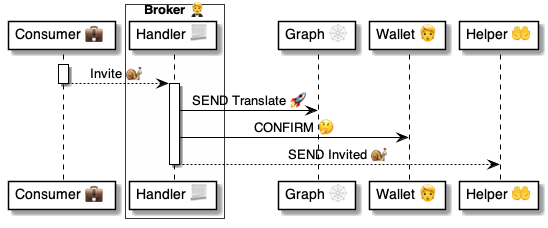
pollyweb-org/pollyweb-docs keeps this PlantUML diagram as 4 ⚙️ Solution/20 🧑‍🦰 UI/Brokers 🤵/🤵🅰️ Broker methods/Share 💼 Invite 💼🐌🤵/🤵 Invite ⚙️ uml.png. Above is the earlier version. Its source is kept beside it as 4 ⚙️ Solution/20 🧑‍🦰 UI/Brokers 🤵/🤵🅰️ Broker methods/Share 💼 Invite 💼🐌🤵/🤵 Invite ⚙️ uml.puml. Source of this version:
```plantuml
@startuml Invite

participant "Consumer 💼 " as host

box "Broker 🤵" #FFFFFA
    participant "Handler 📃" as broker
end box

participant "Graph 🕸" as graph
participant "Wallet 🧑" as user
participant "Helper 🤲" as invitee


activate host
    host --> broker: Invite 🐌
deactivate host

activate broker
    broker -> graph: SEND Translate 🚀
    broker -> user: CONFIRM 🤔
    broker --> invitee: SEND Invited 🐌
deactivate broker

@enduml
```
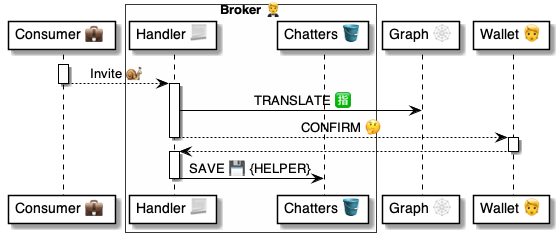
After the commit.

Change to the diagram source:
```diff
@@ -4,11 +4,11 @@
 
 box "Broker 🤵" #FFFFFA
     participant "Handler 📃" as broker
+    participant "Chatters 🪣" as invitee
 end box
 
 participant "Graph 🕸" as graph
 participant "Wallet 🧑" as user
-participant "Helper 🤲" as invitee
 
 
 activate host
@@ -16,9 +16,16 @@
 deactivate host
 
 activate broker
-    broker -> graph: SEND Translate 🚀
-    broker -> user: CONFIRM 🤔
-    broker --> invitee: SEND Invited 🐌
+    broker -> graph: TRANSLATE 🈯
+    broker --> user: CONFIRM 🤔
+deactivate broker
+
+activate user
+    user --> broker:
+deactivate user
+
+activate broker
+    broker -> invitee: SAVE 💾 {HELPER}
 deactivate broker
 
 @enduml
```
